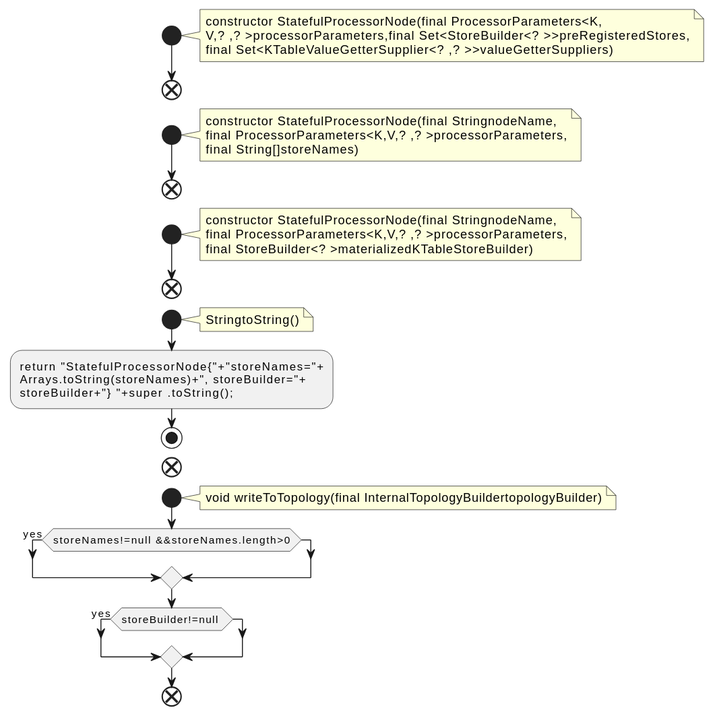
Before: docs/qc/streams/src/main/java/org/apache/kafka/streams/kstream/internals/graph/StatefulProcessorNode.java.fct.svg, a diagram exported from PlantUML (qualitesys/kafka).
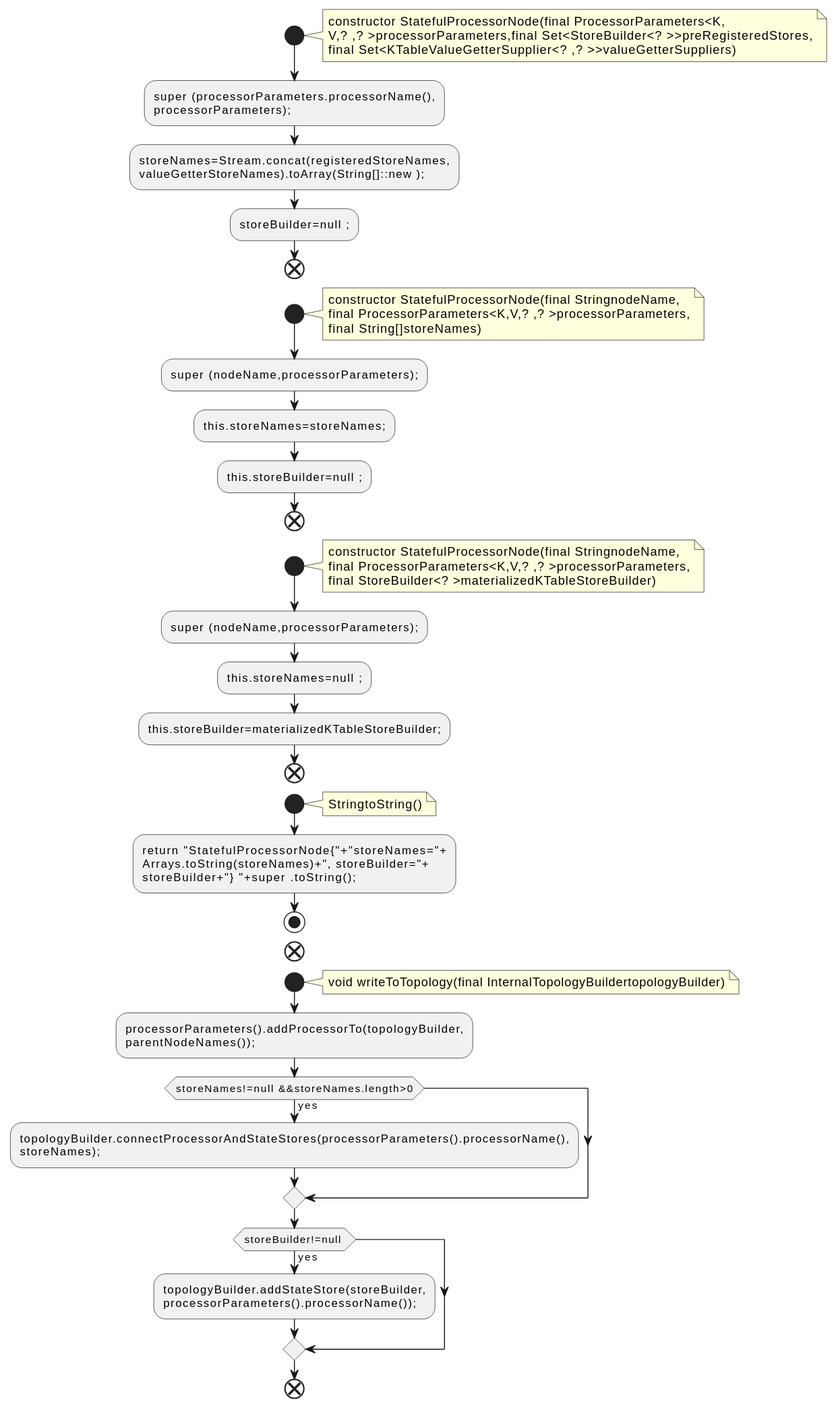
The same diagram one commit later.

What changed in the source:
```diff
@@ -6,6 +6,11 @@
 V,? ,? >processorParameters,final Set<StoreBuilder<? >>preRegisteredStores,
 final Set<KTableValueGetterSupplier<? ,? >>valueGetterSuppliers)
 end note
+:super (processorParameters.processorName(),
+processorParameters);;
+:storeNames=Stream.concat(registeredStoreNames,
+valueGetterStoreNames).toArray(String[]::new );;
+:storeBuilder=null ;;
 end
 start
 note right
@@ -13,6 +18,9 @@
 final ProcessorParameters<K,V,? ,? >processorParameters,
 final String[]storeNames)
 end note
+:super (nodeName,processorParameters);;
+:this.storeNames=storeNames;;
+:this.storeBuilder=null ;;
 end
 start
 note right
@@ -20,6 +28,9 @@
 final ProcessorParameters<K,V,? ,? >processorParameters,
 final StoreBuilder<? >materializedKTableStoreBuilder)
 end note
+:super (nodeName,processorParameters);;
+:this.storeNames=null ;;
+:this.storeBuilder=materializedKTableStoreBuilder;;
 end
 start
 note right
@@ -34,9 +45,15 @@
 note right
 void writeToTopology(final InternalTopologyBuildertopologyBuilder)
 end note
+:processorParameters().addProcessorTo(topologyBuilder,
+parentNodeNames());;
 if (storeNames!=null &&storeNames.length>0) then (yes)
+:topologyBuilder.connectProcessorAndStateStores(processorParameters().processorName(),
+storeNames);;
 endif
 if (storeBuilder!=null ) then (yes)
+:topologyBuilder.addStateStore(storeBuilder,
+processorParameters().processorName());;
 endif
 end
 @enduml
```
